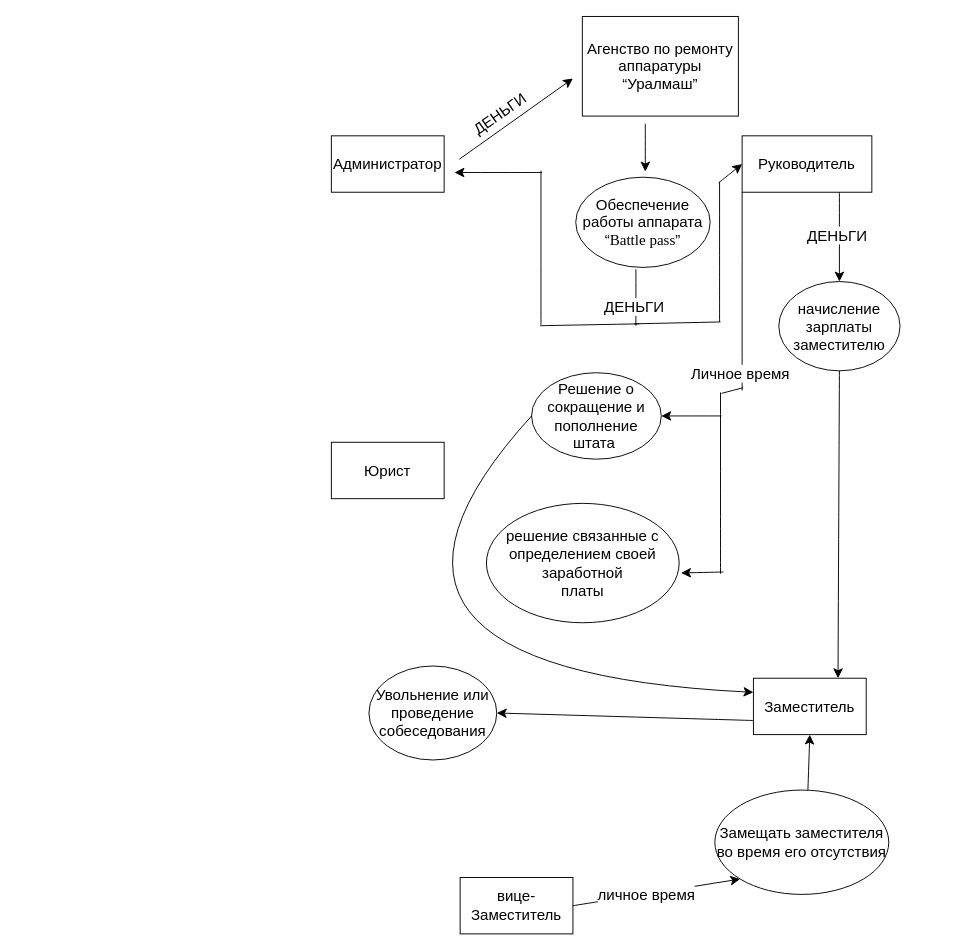
The draw.io diagram Диаграмма без названия.drawio in Studentfirsttry/PAPKA1, before the edit. Source tidied: cells renumbered, new cells numbered last; positions are measured from the earlier drawing's top-left corner, leaving out a move shared by most shapes. Both pictures are drawn from the tidied source at 94%, with x=0, y=0 at pixel (300, 16).
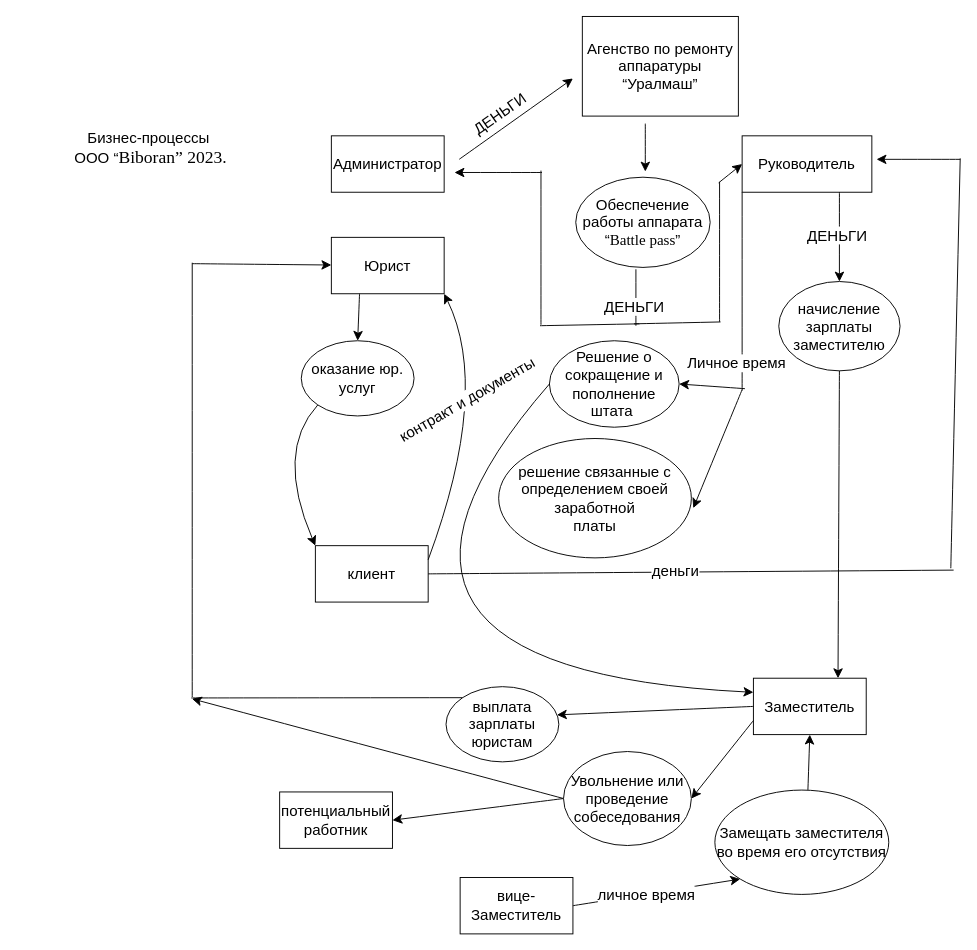
The same page after the edit.

Unchanged cells that the change refers to:
```xml
<mxCell id="6" value="Заместитель" style="rounded=0;whiteSpace=wrap;html=1;fontSize=16;" parent="1" vertex="1">
  <mxGeometry x="482" y="704" width="120" height="60" as="geometry" />
</mxCell>
<mxCell id="27" style="endArrow=none;html=1;rounded=0;fontSize=12;startSize=8;endSize=8;curved=1;entryX=0;entryY=1;entryDx=0;entryDy=0;" parent="1" edge="1" target="4">
  <mxGeometry relative="1" as="geometry">
    <mxPoint x="470" y="398" as="sourcePoint" />
  </mxGeometry>
</mxCell>
```

Change to the diagram source:
```diff
@@
     <mxCell id="3" value="Юрист" style="rounded=0;whiteSpace=wrap;html=1;fontSize=16;" parent="1" vertex="1">
-      <mxGeometry x="33" y="453" width="120" height="60" as="geometry" />
+      <mxGeometry x="33" y="235" width="120" height="60" as="geometry" />
     </mxCell>
@@
     <mxCell id="8" value="Решение о сокращение и пополнение штата&amp;nbsp;" style="ellipse;whiteSpace=wrap;html=1;fontSize=16;" parent="1" vertex="1">
-      <mxGeometry x="246" y="379" width="138" height="92" as="geometry" />
+      <mxGeometry x="265" y="345" width="138" height="92" as="geometry" />
     </mxCell>
@@
     <mxCell id="10" value="решение связанные с определением своей заработной&lt;br/&gt;платы" style="ellipse;whiteSpace=wrap;html=1;fontSize=16;" parent="1" vertex="1">
-      <mxGeometry x="198" y="518" width="205" height="127" as="geometry" />
+      <mxGeometry x="211" y="449" width="205" height="127" as="geometry" />
     </mxCell>
@@
-    <mxCell id="26" style="endArrow=none;html=1;rounded=0;fontSize=12;startSize=8;endSize=8;curved=1;" parent="1" edge="1">
-      <mxGeometry relative="1" as="geometry">
-        <mxPoint x="447" y="593" as="sourcePoint" />
-        <mxPoint x="447" y="400" as="targetPoint" />
-      </mxGeometry>
-    </mxCell>
@@
     <mxCell id="28" value="Личное время" style="edgeLabel;html=1;align=center;verticalAlign=middle;fontSize=16;" parent="27" vertex="1">
       <mxGeometry x="0.29" y="-2" relative="1" as="geometry">
-        <mxPoint x="-5" y="117" as="offset" />
+        <mxPoint x="-9" y="106" as="offset" />
       </mxGeometry>
     </mxCell>
-    <mxCell id="29" style="endArrow=none;html=1;rounded=0;fontSize=12;startSize=8;endSize=8;curved=1;" parent="1" edge="1">
-      <mxGeometry relative="1" as="geometry">
-        <mxPoint x="448" y="401" as="sourcePoint" />
-        <mxPoint x="471" y="395" as="targetPoint" />
-      </mxGeometry>
-    </mxCell>
     <mxCell id="30" style="endArrow=classic;html=1;rounded=0;fontSize=12;startSize=8;endSize=8;curved=1;entryX=1;entryY=0.5;entryDx=0;entryDy=0;" parent="1" edge="1" target="8">
       <mxGeometry relative="1" as="geometry">
-        <mxPoint x="448" y="425" as="sourcePoint" />
+        <mxPoint x="473" y="396" as="sourcePoint" />
       </mxGeometry>
     </mxCell>
     <mxCell id="31" style="endArrow=classic;html=1;rounded=0;fontSize=12;startSize=8;endSize=8;curved=1;entryX=1.01;entryY=0.583;entryDx=0;entryDy=0;entryPerimeter=0;" parent="1" edge="1" target="10">
       <mxGeometry relative="1" as="geometry">
-        <mxPoint x="450" y="591" as="sourcePoint" />
+        <mxPoint x="470" y="397" as="sourcePoint" />
       </mxGeometry>
     </mxCell>
+    <mxCell id="39" style="edgeStyle=none;curved=1;rounded=0;jettySize=auto;html=1;exitX=0;exitY=0.5;exitDx=0;exitDy=0;entryX=1;entryY=0.5;entryDx=0;entryDy=0;fontSize=12;startSize=8;endSize=8;" parent="1" edge="1" source="32" target="56">
+      <mxGeometry relative="1" as="geometry" />
+    </mxCell>
+    <mxCell id="40" style="edgeStyle=none;curved=1;rounded=0;jettySize=auto;html=1;exitX=0;exitY=0.5;exitDx=0;exitDy=0;fontSize=12;startSize=8;endSize=8;" parent="1" edge="1" source="32">
+      <mxGeometry relative="1" as="geometry">
+        <mxPoint x="-115.3" y="725.9" as="targetPoint" />
+      </mxGeometry>
+    </mxCell>
     <mxCell id="32" value="Увольнение или проведение собеседования" style="ellipse;whiteSpace=wrap;html=1;fontSize=16;" parent="1" vertex="1">
-      <mxGeometry x="73" y="691" width="136" height="100" as="geometry" />
+      <mxGeometry x="280" y="782" width="136" height="100" as="geometry" />
     </mxCell>
@@
+    <mxCell id="41" value="клиент" style="rounded=0;whiteSpace=wrap;html=1;fontSize=16;" parent="1" vertex="1">
+      <mxGeometry x="16" y="563" width="120" height="60" as="geometry" />
+    </mxCell>
+    <mxCell id="42" value="оказание юр. услуг" style="ellipse;whiteSpace=wrap;html=1;fontSize=16;" parent="1" vertex="1">
+      <mxGeometry x="1" y="345" width="120" height="80" as="geometry" />
+    </mxCell>
+    <mxCell id="43" style="endArrow=classic;html=1;rounded=0;fontSize=12;startSize=8;endSize=8;curved=1;exitX=1;exitY=0.25;exitDx=0;exitDy=0;entryX=1;entryY=1;entryDx=0;entryDy=0;" parent="1" edge="1" source="41" target="3">
+      <mxGeometry relative="1" as="geometry">
+        <Array as="points">
+          <mxPoint x="203" y="397" />
+        </Array>
+      </mxGeometry>
+    </mxCell>
+    <mxCell id="44" value="контракт и документы" style="edgeLabel;html=1;align=center;verticalAlign=middle;fontSize=16;rotation=-30;" parent="43" vertex="1">
+      <mxGeometry x="-0.51" y="-2" relative="1" as="geometry">
+        <mxPoint x="12" y="-101" as="offset" />
+      </mxGeometry>
+    </mxCell>
+    <mxCell id="45" style="endArrow=classic;html=1;rounded=0;fontSize=12;startSize=8;endSize=8;curved=1;entryX=0.5;entryY=0;entryDx=0;entryDy=0;exitX=0.25;exitY=1;exitDx=0;exitDy=0;" parent="1" edge="1" source="3" target="42">
+      <mxGeometry relative="1" as="geometry" />
+    </mxCell>
+    <mxCell id="46" style="endArrow=classic;html=1;rounded=0;fontSize=12;startSize=8;endSize=8;curved=1;exitX=0;exitY=1;exitDx=0;exitDy=0;entryX=0;entryY=0;entryDx=0;entryDy=0;" parent="1" edge="1" source="42" target="41">
+      <mxGeometry relative="1" as="geometry">
+        <Array as="points">
+          <mxPoint x="-27" y="463" />
+        </Array>
+      </mxGeometry>
+    </mxCell>
+    <mxCell id="47" value="выплата зарплаты&lt;br&gt;юристам" style="ellipse;whiteSpace=wrap;html=1;fontSize=16;" parent="1" vertex="1">
+      <mxGeometry x="155" y="713" width="120" height="80" as="geometry" />
+    </mxCell>
+    <mxCell id="48" style="endArrow=classic;html=1;rounded=0;fontSize=12;startSize=8;endSize=8;curved=1;entryX=0.983;entryY=0.375;entryDx=0;entryDy=0;entryPerimeter=0;exitX=0;exitY=0.5;exitDx=0;exitDy=0;" parent="1" edge="1" source="6" target="47">
+      <mxGeometry relative="1" as="geometry" />
+    </mxCell>
+    <mxCell id="49" style="endArrow=none;html=1;rounded=0;fontSize=12;startSize=8;endSize=8;curved=1;entryX=0;entryY=0;entryDx=0;entryDy=0;" parent="1" edge="1" target="47">
+      <mxGeometry relative="1" as="geometry">
+        <mxPoint x="-116" y="725" as="sourcePoint" />
+      </mxGeometry>
+    </mxCell>
+    <mxCell id="50" style="endArrow=none;html=1;rounded=0;fontSize=12;startSize=8;endSize=8;curved=1;" parent="1" edge="1">
+      <mxGeometry relative="1" as="geometry">
+        <mxPoint x="-115" y="724" as="sourcePoint" />
+        <mxPoint x="-115" y="262" as="targetPoint" />
+      </mxGeometry>
+    </mxCell>
+    <mxCell id="51" style="endArrow=classic;html=1;rounded=0;fontSize=12;startSize=8;endSize=8;curved=1;" parent="1" edge="1" target="3">
+      <mxGeometry relative="1" as="geometry">
+        <mxPoint x="-115" y="263" as="sourcePoint" />
+      </mxGeometry>
+    </mxCell>
+    <mxCell id="52" style="endArrow=none;html=1;rounded=0;fontSize=12;startSize=8;endSize=8;curved=1;exitX=1;exitY=0.5;exitDx=0;exitDy=0;" parent="1" edge="1" source="41">
+      <mxGeometry relative="1" as="geometry">
+        <mxPoint x="695" y="589" as="targetPoint" />
+      </mxGeometry>
+    </mxCell>
+    <mxCell id="53" value="деньги" style="edgeLabel;html=1;align=center;verticalAlign=middle;fontSize=16;" parent="52" vertex="1">
+      <mxGeometry x="0.06" relative="1" as="geometry">
+        <mxPoint x="-33" y="-1" as="offset" />
+      </mxGeometry>
+    </mxCell>
+    <mxCell id="54" style="endArrow=none;html=1;rounded=0;fontSize=12;startSize=8;endSize=8;curved=1;" parent="1" edge="1">
+      <mxGeometry relative="1" as="geometry">
+        <mxPoint x="692" y="587" as="sourcePoint" />
+        <mxPoint x="702" y="151" as="targetPoint" />
+      </mxGeometry>
+    </mxCell>
+    <mxCell id="55" style="endArrow=classic;html=1;rounded=0;fontSize=12;startSize=8;endSize=8;curved=1;" parent="1" edge="1">
+      <mxGeometry relative="1" as="geometry">
+        <mxPoint x="702" y="152" as="sourcePoint" />
+        <mxPoint x="613" y="152" as="targetPoint" />
+      </mxGeometry>
+    </mxCell>
+    <mxCell id="56" value="потенциальный работник" style="rounded=0;whiteSpace=wrap;html=1;fontSize=16;" parent="1" vertex="1">
+      <mxGeometry x="-22" y="825" width="120" height="60" as="geometry" />
+    </mxCell>
+    <mxCell id="57" value="Бизнес-процессы&amp;nbsp;&lt;br/&gt;ООО “&lt;span style=&quot;font-size: 14pt; font-family: &amp;quot;Times New Roman&amp;quot;, &amp;quot;serif&amp;quot;;&quot; lang=&quot;EN-US&quot;&gt;Biboran&lt;/span&gt;&lt;span style=&quot;font-size: 14pt; font-family: &amp;quot;Times New Roman&amp;quot;, &amp;quot;serif&amp;quot;;&quot;&gt;” 2023.&lt;/span&gt;" style="text;html=1;strokeColor=none;fillColor=none;align=center;verticalAlign=middle;whiteSpace=wrap;rounded=0;fontSize=16;" parent="1" vertex="1">
+      <mxGeometry x="-302" y="111" width="286" height="58" as="geometry" />
+    </mxCell>
```
